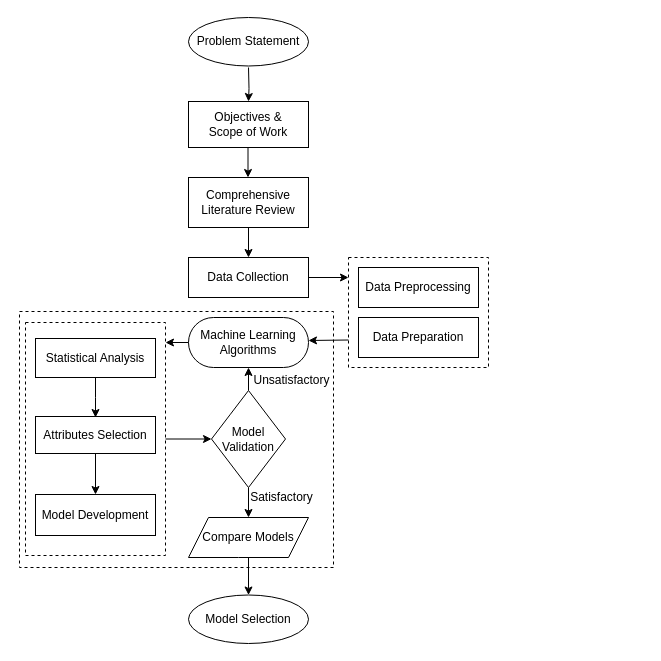
The draw.io diagram Untitled Diagram.drawio in erkarthikn/SAS, before the edit. Source tidied: cells renumbered, new cells numbered last; positions are measured from the earlier drawing's top-left corner, leaving out a move shared by most shapes. Both pictures are drawn from the tidied source at 100%, with x=0, y=0 at pixel (19, 17).
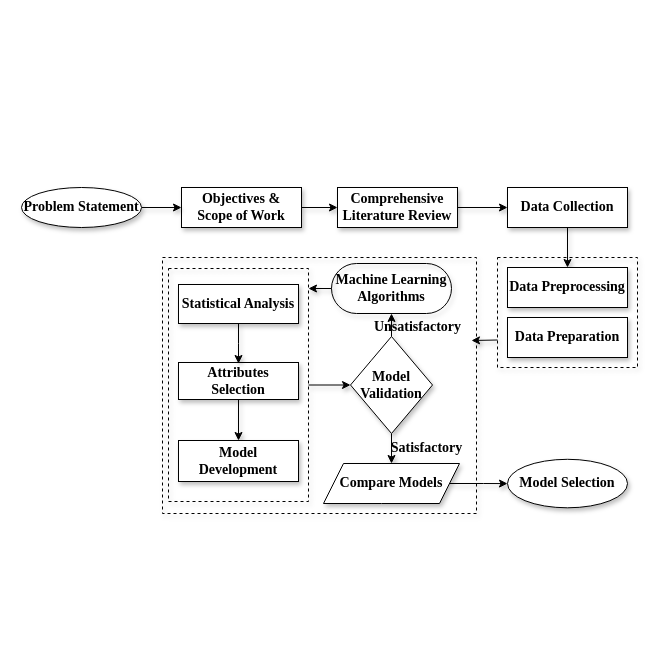
After the change.

What changed in the source:
```diff
@@
+    <mxCell id="31" style="rounded=0;whiteSpace=wrap;fillColor=none;dashed=1;fontFamily=Times New Roman;fontSize=14;labelBackgroundColor=none;labelBorderColor=none;html=1;fontStyle=1;strokeWidth=1;shadow=1;" parent="1" vertex="1">
+      <mxGeometry x="143" y="240" width="314" height="256" as="geometry" />
+    </mxCell>
-    <mxCell id="2" style="edgeStyle=orthogonalEdgeStyle;rounded=0;jettySize=auto;html=1;" parent="1" edge="1" source="3" target="24">
+    <mxCell id="2" style="edgeStyle=orthogonalEdgeStyle;rounded=0;jettySize=auto;fontFamily=Times New Roman;fontSize=14;labelBackgroundColor=none;labelBorderColor=none;html=1;fontStyle=1;strokeWidth=1;shadow=1;" parent="1" edge="1" source="3" target="24">
       <mxGeometry relative="1" as="geometry" />
     </mxCell>
-    <mxCell id="3" style="rounded=0;whiteSpace=wrap;html=1;fillColor=none;dashed=1;" parent="1" vertex="1">
-      <mxGeometry x="6" y="305" width="140" height="233" as="geometry" />
+    <mxCell id="3" style="rounded=0;whiteSpace=wrap;fillColor=none;dashed=1;fontFamily=Times New Roman;fontSize=14;labelBackgroundColor=none;labelBorderColor=none;html=1;fontStyle=1;strokeWidth=1;shadow=1;" parent="1" vertex="1">
+      <mxGeometry x="149" y="251" width="140" height="233" as="geometry" />
     </mxCell>
-    <mxCell id="4" style="rounded=0;whiteSpace=wrap;html=1;fillColor=none;dashed=1;" parent="1" vertex="1">
-      <mxGeometry x="329" y="240" width="140" height="110" as="geometry" />
+    <mxCell id="4" style="rounded=0;whiteSpace=wrap;fillColor=none;dashed=1;fontFamily=Times New Roman;fontSize=14;labelBackgroundColor=none;labelBorderColor=none;html=1;fontStyle=1;strokeWidth=1;shadow=1;" parent="1" vertex="1">
+      <mxGeometry x="478" y="240" width="140" height="110" as="geometry" />
     </mxCell>
+    <mxCell id="32" style="edgeStyle=orthogonalEdgeStyle;rounded=0;jettySize=auto;fontFamily=Times New Roman;fontSize=14;labelBackgroundColor=none;labelBorderColor=none;html=1;fontStyle=1;strokeWidth=1;shadow=1;" parent="1" edge="1" source="5" target="8">
+      <mxGeometry relative="1" as="geometry" />
+    </mxCell>
-    <mxCell id="5" value="Objectives &amp;amp; &lt;br&gt;Scope of Work" style="rounded=0;whiteSpace=wrap;html=1;fontSize=12;glass=0;strokeWidth=1;shadow=0;arcSize=0;imageAspect=0;strokeOpacity=100;" parent="1" vertex="1">
-      <mxGeometry x="169" y="84" width="120" height="46" as="geometry" />
+    <mxCell id="5" value="Objectives &amp;amp; &lt;br style=&quot;font-size: 14px;&quot;&gt;Scope of Work" style="rounded=0;whiteSpace=wrap;fontSize=14;glass=0;strokeWidth=1;shadow=1;arcSize=0;imageAspect=0;strokeOpacity=100;fontFamily=Times New Roman;labelBackgroundColor=none;labelBorderColor=none;html=1;fontStyle=1;" parent="1" vertex="1">
+      <mxGeometry x="162" y="170" width="120" height="40" as="geometry" />
     </mxCell>
-    <mxCell id="6" style="edgeStyle=orthogonalEdgeStyle;rounded=0;jettySize=auto;html=1;" parent="1" edge="1" target="5">
-      <mxGeometry relative="1" as="geometry">
-        <mxPoint x="229" y="50" as="sourcePoint" />
-      </mxGeometry>
-    </mxCell>
-    <mxCell id="7" style="edgeStyle=orthogonalEdgeStyle;rounded=0;orthogonalLoop=1;jettySize=auto;html=1;" parent="1" edge="1">
-      <mxGeometry relative="1" as="geometry">
-        <mxPoint x="228.5" y="130" as="sourcePoint" />
-        <mxPoint x="228.5" y="160" as="targetPoint" />
-      </mxGeometry>
-    </mxCell>
-    <mxCell id="8" value="Comprehensive Literature Review" style="rounded=0;whiteSpace=wrap;html=1;" parent="1" vertex="1">
-      <mxGeometry x="169" y="160" width="120" height="50" as="geometry" />
+    <mxCell id="8" value="Comprehensive Literature Review" style="rounded=0;whiteSpace=wrap;fontFamily=Times New Roman;fontSize=14;labelBackgroundColor=none;labelBorderColor=none;html=1;fontStyle=1;strokeWidth=1;shadow=1;" parent="1" vertex="1">
+      <mxGeometry x="318" y="170" width="120" height="40" as="geometry" />
     </mxCell>
-    <mxCell id="9" style="endArrow=classic;html=1;exitX=0.5;exitY=1;exitDx=0;exitDy=0;" parent="1" edge="1" source="8">
-      <mxGeometry relative="1" as="geometry">
-        <mxPoint x="229" y="240" as="targetPoint" />
-      </mxGeometry>
+    <mxCell id="9" style="endArrow=classic;exitX=1;exitY=0.5;exitDx=0;exitDy=0;fontFamily=Times New Roman;fontSize=14;labelBackgroundColor=none;labelBorderColor=none;html=1;fontStyle=1;entryX=0;entryY=0.5;entryDx=0;entryDy=0;strokeWidth=1;shadow=1;" parent="1" edge="1" source="8" target="10">
+      <mxGeometry relative="1" as="geometry" />
     </mxCell>
-    <mxCell id="10" value="Data Collection" style="rounded=0;whiteSpace=wrap;html=1;" parent="1" vertex="1">
-      <mxGeometry x="169" y="240" width="120" height="40" as="geometry" />
+    <mxCell id="10" value="Data Collection" style="rounded=0;whiteSpace=wrap;fontFamily=Times New Roman;fontSize=14;labelBackgroundColor=none;labelBorderColor=none;html=1;fontStyle=1;strokeWidth=1;shadow=1;" parent="1" vertex="1">
+      <mxGeometry x="488" y="170" width="120" height="40" as="geometry" />
     </mxCell>
-    <mxCell id="11" style="endArrow=classic;html=1;exitX=1;exitY=0.5;exitDx=0;exitDy=0;" parent="1" edge="1" source="10">
-      <mxGeometry relative="1" as="geometry">
-        <mxPoint x="329" y="260" as="targetPoint" />
-      </mxGeometry>
+    <mxCell id="11" style="endArrow=classic;exitX=0.5;exitY=1;exitDx=0;exitDy=0;fontFamily=Times New Roman;fontSize=14;labelBackgroundColor=none;labelBorderColor=none;html=1;fontStyle=1;entryX=0.5;entryY=0;entryDx=0;entryDy=0;strokeWidth=1;shadow=1;" parent="1" edge="1" source="10" target="12">
+      <mxGeometry relative="1" as="geometry" />
     </mxCell>
-    <mxCell id="12" value="Data Preprocessing" style="rounded=0;whiteSpace=wrap;html=1;" parent="1" vertex="1">
-      <mxGeometry x="339" y="250" width="120" height="40" as="geometry" />
+    <mxCell id="12" value="Data Preprocessing" style="rounded=0;whiteSpace=wrap;fontFamily=Times New Roman;fontSize=14;labelBackgroundColor=none;labelBorderColor=none;html=1;fontStyle=1;strokeWidth=1;shadow=1;" parent="1" vertex="1">
+      <mxGeometry x="488" y="250" width="120" height="40" as="geometry" />
     </mxCell>
-    <mxCell id="13" value="Data Preparation" style="rounded=0;whiteSpace=wrap;html=1;" parent="1" vertex="1">
-      <mxGeometry x="339" y="300" width="120" height="40" as="geometry" />
+    <mxCell id="13" value="Data Preparation" style="rounded=0;whiteSpace=wrap;fontFamily=Times New Roman;fontSize=14;labelBackgroundColor=none;labelBorderColor=none;html=1;fontStyle=1;strokeWidth=1;shadow=1;" parent="1" vertex="1">
+      <mxGeometry x="488" y="300" width="120" height="40" as="geometry" />
     </mxCell>
-    <mxCell id="14" style="endArrow=classic;html=1;exitX=0;exitY=0.75;exitDx=0;exitDy=0;" parent="1" edge="1" source="4">
+    <mxCell id="14" style="endArrow=classic;exitX=0;exitY=0.75;exitDx=0;exitDy=0;fontFamily=Times New Roman;fontSize=14;labelBackgroundColor=none;labelBorderColor=none;html=1;fontStyle=1;strokeWidth=1;shadow=1;" parent="1" edge="1" source="4">
       <mxGeometry relative="1" as="geometry">
-        <mxPoint x="289" y="323" as="targetPoint" />
+        <mxPoint x="452" y="323" as="targetPoint" />
       </mxGeometry>
     </mxCell>
-    <mxCell id="15" style="edgeStyle=orthogonalEdgeStyle;rounded=0;jettySize=auto;html=1;" parent="1" edge="1" source="16">
+    <mxCell id="15" style="edgeStyle=orthogonalEdgeStyle;rounded=0;jettySize=auto;fontFamily=Times New Roman;fontSize=14;labelBackgroundColor=none;labelBorderColor=none;html=1;fontStyle=1;strokeWidth=1;shadow=1;" parent="1" edge="1" source="16">
       <mxGeometry relative="1" as="geometry">
-        <mxPoint x="146" y="325" as="targetPoint" />
+        <mxPoint x="289" y="271" as="targetPoint" />
       </mxGeometry>
     </mxCell>
-    <mxCell id="16" value="Machine Learning Algorithms" style="rounded=1;whiteSpace=wrap;html=1;fillColor=none;arcSize=50;" parent="1" vertex="1">
-      <mxGeometry x="169" y="300" width="120" height="50" as="geometry" />
+    <mxCell id="16" value="Machine Learning Algorithms" style="rounded=1;whiteSpace=wrap;fillColor=none;arcSize=50;fontFamily=Times New Roman;fontSize=14;labelBackgroundColor=none;labelBorderColor=none;html=1;fontStyle=1;strokeWidth=1;shadow=1;" parent="1" vertex="1">
+      <mxGeometry x="312" y="246" width="120" height="50" as="geometry" />
     </mxCell>
-    <mxCell id="17" style="edgeStyle=orthogonalEdgeStyle;rounded=0;jettySize=auto;html=1;" parent="1" edge="1" source="18" target="21">
+    <mxCell id="17" style="edgeStyle=orthogonalEdgeStyle;rounded=0;jettySize=auto;fontFamily=Times New Roman;fontSize=14;labelBackgroundColor=none;labelBorderColor=none;html=1;fontStyle=1;strokeWidth=1;shadow=1;" parent="1" edge="1" source="18" target="21">
       <mxGeometry relative="1" as="geometry" />
     </mxCell>
-    <mxCell id="18" value="Attributes Selection" style="rounded=0;whiteSpace=wrap;html=1;fontSize=12;glass=0;strokeWidth=1;shadow=0;arcSize=0;imageAspect=0;strokeOpacity=100;fillColor=#FFFFFF;" parent="1" vertex="1">
-      <mxGeometry x="16" y="399" width="120" height="37" as="geometry" />
+    <mxCell id="18" value="Attributes Selection" style="rounded=0;whiteSpace=wrap;fontSize=14;glass=0;strokeWidth=1;shadow=1;arcSize=0;imageAspect=0;strokeOpacity=100;fillColor=#FFFFFF;fontFamily=Times New Roman;labelBackgroundColor=none;labelBorderColor=none;html=1;fontStyle=1;" parent="1" vertex="1">
+      <mxGeometry x="159" y="345" width="120" height="37" as="geometry" />
     </mxCell>
-    <mxCell id="19" style="edgeStyle=orthogonalEdgeStyle;rounded=0;jettySize=auto;html=1;" parent="1" edge="1" source="20">
+    <mxCell id="19" style="edgeStyle=orthogonalEdgeStyle;rounded=0;jettySize=auto;fontFamily=Times New Roman;fontSize=14;labelBackgroundColor=none;labelBorderColor=none;html=1;fontStyle=1;strokeWidth=1;shadow=1;" parent="1" edge="1" source="20">
       <mxGeometry relative="1" as="geometry">
-        <mxPoint x="76" y="400" as="targetPoint" />
+        <mxPoint x="219" y="346" as="targetPoint" />
       </mxGeometry>
     </mxCell>
-    <mxCell id="20" value="Statistical Analysis" style="rounded=0;whiteSpace=wrap;html=1;fillColor=#FFFFFF;" parent="1" vertex="1">
-      <mxGeometry x="16" y="321" width="120" height="39" as="geometry" />
+    <mxCell id="20" value="Statistical Analysis" style="rounded=0;whiteSpace=wrap;fillColor=#FFFFFF;fontFamily=Times New Roman;fontSize=14;labelBackgroundColor=none;labelBorderColor=none;html=1;fontStyle=1;strokeWidth=1;shadow=1;" parent="1" vertex="1">
+      <mxGeometry x="159" y="267" width="120" height="39" as="geometry" />
     </mxCell>
-    <mxCell id="21" value="Model Development" style="rounded=0;whiteSpace=wrap;html=1;fillColor=#FFFFFF;" parent="1" vertex="1">
-      <mxGeometry x="16" y="477" width="120" height="41" as="geometry" />
+    <mxCell id="21" value="Model Development" style="rounded=0;whiteSpace=wrap;fillColor=#FFFFFF;fontFamily=Times New Roman;fontSize=14;labelBackgroundColor=none;labelBorderColor=none;html=1;fontStyle=1;strokeWidth=1;shadow=1;" parent="1" vertex="1">
+      <mxGeometry x="159" y="423" width="120" height="41" as="geometry" />
     </mxCell>
-    <mxCell id="22" style="edgeStyle=orthogonalEdgeStyle;rounded=0;jettySize=auto;html=1;" parent="1" edge="1" source="24" target="16">
+    <mxCell id="22" style="edgeStyle=orthogonalEdgeStyle;rounded=0;jettySize=auto;fontFamily=Times New Roman;fontSize=14;labelBackgroundColor=none;labelBorderColor=none;html=1;fontStyle=1;strokeWidth=1;shadow=1;" parent="1" edge="1" source="24" target="16">
       <mxGeometry relative="1" as="geometry" />
     </mxCell>
-    <mxCell id="23" style="edgeStyle=orthogonalEdgeStyle;rounded=0;jettySize=auto;html=1;" parent="1" edge="1" source="24" target="26">
+    <mxCell id="23" style="edgeStyle=orthogonalEdgeStyle;rounded=0;jettySize=auto;fontFamily=Times New Roman;fontSize=14;labelBackgroundColor=none;labelBorderColor=none;html=1;fontStyle=1;strokeWidth=1;shadow=1;" parent="1" edge="1" source="24" target="26">
       <mxGeometry relative="1" as="geometry" />
     </mxCell>
-    <mxCell id="24" value="Model &lt;br&gt;Validation" style="rhombus;whiteSpace=wrap;html=1;rounded=1;arcSize=0;fillColor=#FFFFFF;" parent="1" vertex="1">
-      <mxGeometry x="192" y="373" width="74" height="97" as="geometry" />
+    <mxCell id="24" value="Model &lt;br style=&quot;font-size: 14px;&quot;&gt;Validation" style="rhombus;whiteSpace=wrap;rounded=1;arcSize=0;fillColor=#FFFFFF;fontFamily=Times New Roman;fontSize=14;labelBackgroundColor=none;labelBorderColor=none;html=1;fontStyle=1;strokeWidth=1;shadow=1;" parent="1" vertex="1">
+      <mxGeometry x="331" y="319" width="82" height="97" as="geometry" />
     </mxCell>
-    <mxCell id="25" style="edgeStyle=orthogonalEdgeStyle;rounded=0;jettySize=auto;html=1;" parent="1" edge="1" source="26" target="27">
+    <mxCell id="25" style="edgeStyle=orthogonalEdgeStyle;rounded=0;jettySize=auto;fontFamily=Times New Roman;fontSize=14;labelBackgroundColor=none;labelBorderColor=none;html=1;fontStyle=1;strokeWidth=1;shadow=1;" parent="1" edge="1" source="26" target="27">
       <mxGeometry relative="1" as="geometry" />
     </mxCell>
-    <mxCell id="26" value="Compare Models" style="shape=parallelogram;perimeter=parallelogramPerimeter;whiteSpace=wrap;html=1;fixedSize=1;rounded=1;fillColor=#FFFFFF;arcSize=0;" parent="1" vertex="1">
-      <mxGeometry x="169" y="500" width="120" height="40" as="geometry" />
+    <mxCell id="26" value="Compare Models" style="shape=parallelogram;perimeter=parallelogramPerimeter;whiteSpace=wrap;fixedSize=1;rounded=1;fillColor=#FFFFFF;arcSize=0;fontFamily=Times New Roman;fontSize=14;labelBackgroundColor=none;labelBorderColor=none;html=1;fontStyle=1;strokeWidth=1;shadow=1;" parent="1" vertex="1">
+      <mxGeometry x="304" y="446" width="136" height="40" as="geometry" />
     </mxCell>
-    <mxCell id="27" value="Model Selection" style="ellipse;whiteSpace=wrap;html=1;rounded=1;fillColor=#FFFFFF;arcSize=0;" parent="1" vertex="1">
-      <mxGeometry x="169" y="577.5" width="120" height="48.5" as="geometry" />
+    <mxCell id="27" value="Model Selection" style="ellipse;whiteSpace=wrap;rounded=1;fillColor=#FFFFFF;arcSize=0;fontFamily=Times New Roman;fontSize=14;labelBackgroundColor=none;labelBorderColor=none;html=1;fontStyle=1;strokeWidth=1;shadow=1;" parent="1" vertex="1">
+      <mxGeometry x="488" y="441.8" width="120" height="48.5" as="geometry" />
     </mxCell>
+    <mxCell id="33" style="edgeStyle=orthogonalEdgeStyle;rounded=0;jettySize=auto;fontFamily=Times New Roman;fontSize=14;labelBackgroundColor=none;labelBorderColor=none;html=1;fontStyle=1;strokeWidth=1;shadow=1;" parent="1" edge="1" source="28" target="5">
+      <mxGeometry relative="1" as="geometry" />
+    </mxCell>
-    <mxCell id="28" value="Problem Statement" style="ellipse;whiteSpace=wrap;html=1;rounded=1;fillColor=#FFFFFF;arcSize=0;" parent="1" vertex="1">
-      <mxGeometry x="169" width="120" height="48.5" as="geometry" />
+    <mxCell id="28" value="Problem Statement" style="ellipse;whiteSpace=wrap;rounded=1;fillColor=#FFFFFF;arcSize=0;fontFamily=Times New Roman;fontSize=14;labelBackgroundColor=none;labelBorderColor=none;html=1;fontStyle=1;strokeWidth=1;shadow=1;" parent="1" vertex="1">
+      <mxGeometry x="2" y="170" width="120" height="40" as="geometry" />
     </mxCell>
-    <mxCell id="29" value="Satisfactory" style="text;html=1;align=center;verticalAlign=middle;fillColor=none;strokeColor=none;rounded=0;" parent="1" vertex="1">
-      <mxGeometry x="222" y="470" width="80" height="20" as="geometry" />
+    <mxCell id="29" value="Satisfactory" style="text;align=center;verticalAlign=middle;fillColor=none;strokeColor=none;rounded=0;fontFamily=Times New Roman;fontSize=14;labelBackgroundColor=none;labelBorderColor=none;html=1;fontStyle=1;strokeWidth=1;shadow=1;" parent="1" vertex="1">
+      <mxGeometry x="362" y="421" width="90" height="20" as="geometry" />
     </mxCell>
-    <mxCell id="30" value="Unsatisfactory" style="text;html=1;align=center;verticalAlign=middle;fillColor=none;strokeColor=none;rounded=0;" parent="1" vertex="1">
-      <mxGeometry x="227" y="353" width="90" height="20" as="geometry" />
+    <mxCell id="30" value="Unsatisfactory" style="text;align=center;verticalAlign=middle;fillColor=none;strokeColor=none;rounded=0;fontFamily=Times New Roman;fontSize=14;labelBackgroundColor=none;labelBorderColor=none;html=1;fontStyle=1;strokeWidth=1;shadow=1;" parent="1" vertex="1">
+      <mxGeometry x="348" y="300" width="100" height="20" as="geometry" />
     </mxCell>
-    <mxCell id="31" style="rounded=0;whiteSpace=wrap;html=1;fillColor=none;dashed=1;" parent="1" vertex="1">
-      <mxGeometry y="294" width="314" height="256" as="geometry" />
-    </mxCell>
```
